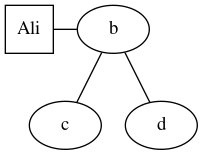
Above: test.gv.png in alien19/TinyLanguageCompiler (Graphviz), before the change. Its source is kept beside it as test.gv. The source it was exported from:
```dot
graph {
    {
        0 [shape="square" label="Ali"]
    }
0 -- b;
b -- c;
b -- d;
{ rank=same; b, 0 }
}
```
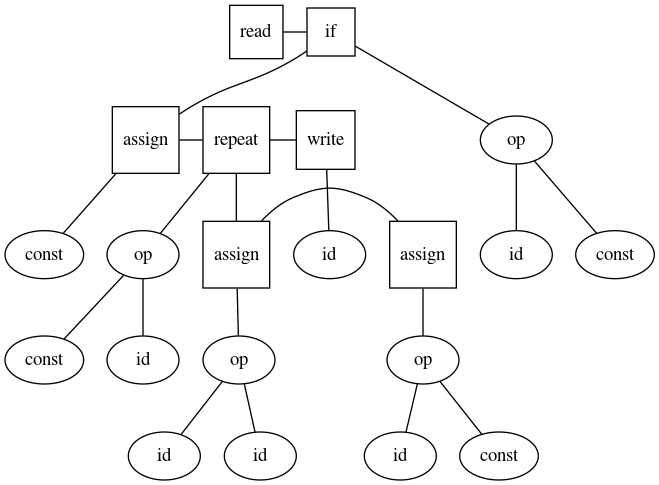
Later version of the same file.

What changed in the source:
```diff
@@ -1,9 +1,53 @@
 graph {
     {
-        0 [shape="square" label="Ali"]
+        0 [shape="square" label="read"]
+        20 [shape="square" label="if"]
+        5 [shape="square" label="assign"]
+        17 [shape="square" label="repeat"]
+        9 [shape="square" label="assign"]
+        13 [shape="square" label="assign"]
+        19 [shape="square" label="write"]
+        2 [shape="ellipse" label="op"]
+        1 [shape="ellipse" label="const"]
+        3 [shape="ellipse" label="id"]
+        4 [shape="ellipse" label="const"]
+        7 [shape="ellipse" label="op"]
+        6 [shape="ellipse" label="id"]
+        8 [shape="ellipse" label="id"]
+        11 [shape="ellipse" label="op"]
+        10 [shape="ellipse" label="id"]
+        12 [shape="ellipse" label="const"]
+        15 [shape="ellipse" label="op"]
+        14 [shape="ellipse" label="id"]
+        16 [shape="ellipse" label="const"]
+        18 [shape="ellipse" label="id"]
+
     }
-0 -- b;
-b -- c;
-b -- d;
-{ rank=same; b, 0 }
+0 -- 20;
+20 -- 2;
+2 -- 1;
+2 -- 3;
+20 -- 5;
+5 -- 4;
+5 -- 17;
+17 -- 9;
+9 -- 7;
+7 -- 6;
+7 -- 8;
+9 -- 13;
+13 -- 11;
+11 -- 10;
+11 -- 12;
+17 -- 15;
+15 -- 14;
+15 -- 16;
+17 -- 19;
+19 -- 18;
+
+{rank=same;0 ,20}
+{rank=same;2 ,5 ,17 ,19}
+{rank=same;1 ,3 ,4 ,9 ,13 ,15 ,18}
+{rank=same;7 ,11 ,14 ,16}
+{rank=same;6 ,8 ,10 ,12}
+
 }
```
